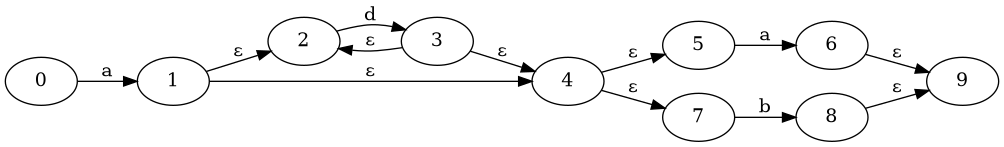
This is sem6/com_dis/lab/exes/Digraph.gv.png from Dark-WizZ/BE, a Graphviz export, as it was before one commit. Its source is kept beside it as sem6/com_dis/lab/exes/Digraph.gv.
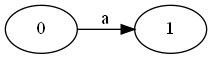
Later version of the same file.

What changed in the source:
```diff
@@ -1,15 +1,4 @@
 digraph {
 	graph [rankdir=LR]
 	0 -> 1 [label=a]
-	1 -> 2 [label="ε"]
-	1 -> 4 [label="ε"]
-	2 -> 3 [label=d]
-	3 -> 2 [label="ε"]
-	3 -> 4 [label="ε"]
-	4 -> 5 [label="ε"]
-	4 -> 7 [label="ε"]
-	5 -> 6 [label=a]
-	7 -> 8 [label=b]
-	6 -> 9 [label="ε"]
-	8 -> 9 [label="ε"]
 }
```
